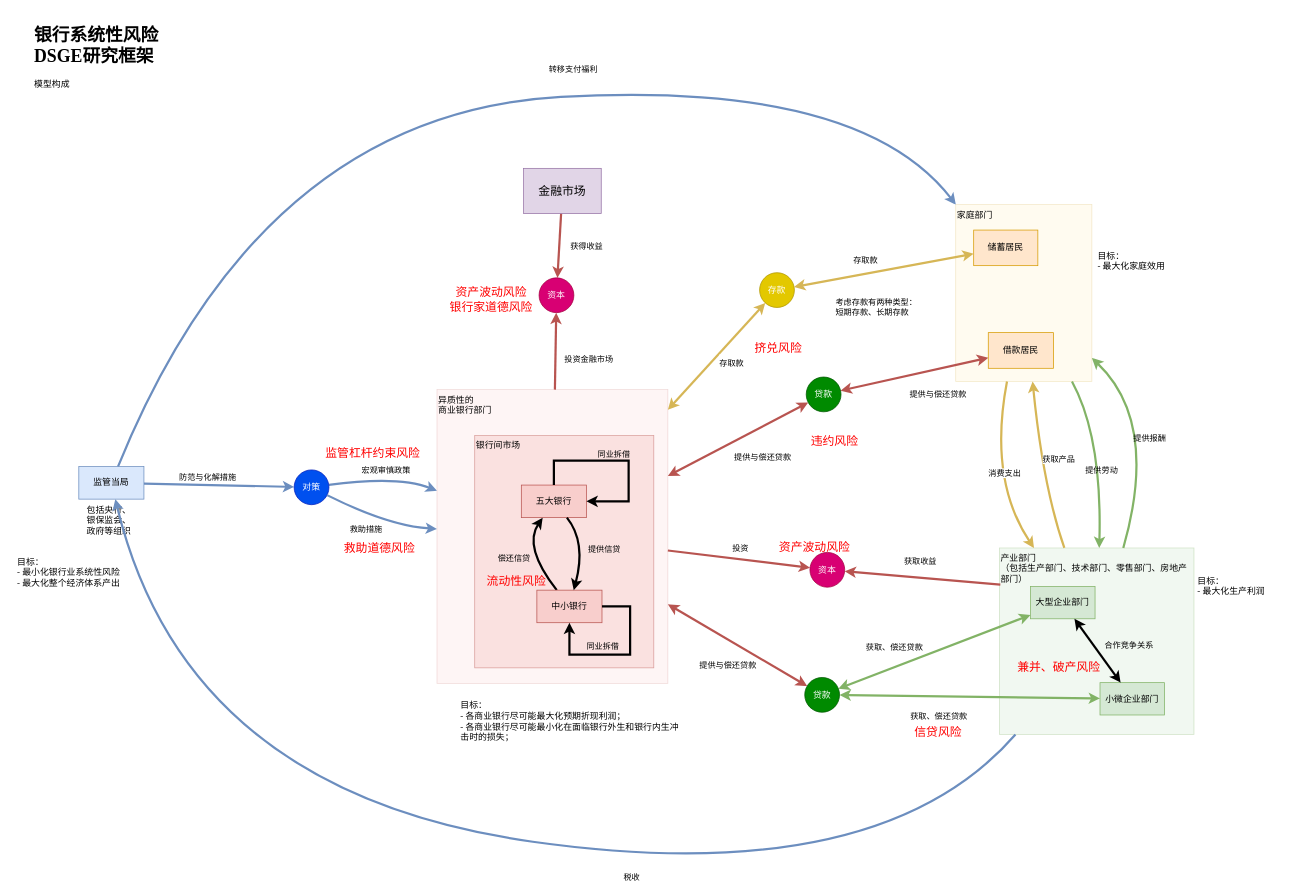
ComplexScienceLab/SystemicRiskSimulator keeps this draw.io diagram as page "系统性金融风险DSGE模型行为简化示意图" (2 of 12) of Analyse/系统性金融风险研究框架.drawio. Above is the earlier version. Source tidied: cells renumbered, new cells numbered last; positions are measured from the earlier drawing's top-left corner, leaving out a move shared by most shapes. Both pictures are drawn from the tidied source at 74%, with x=0, y=0 at pixel (16, 20).
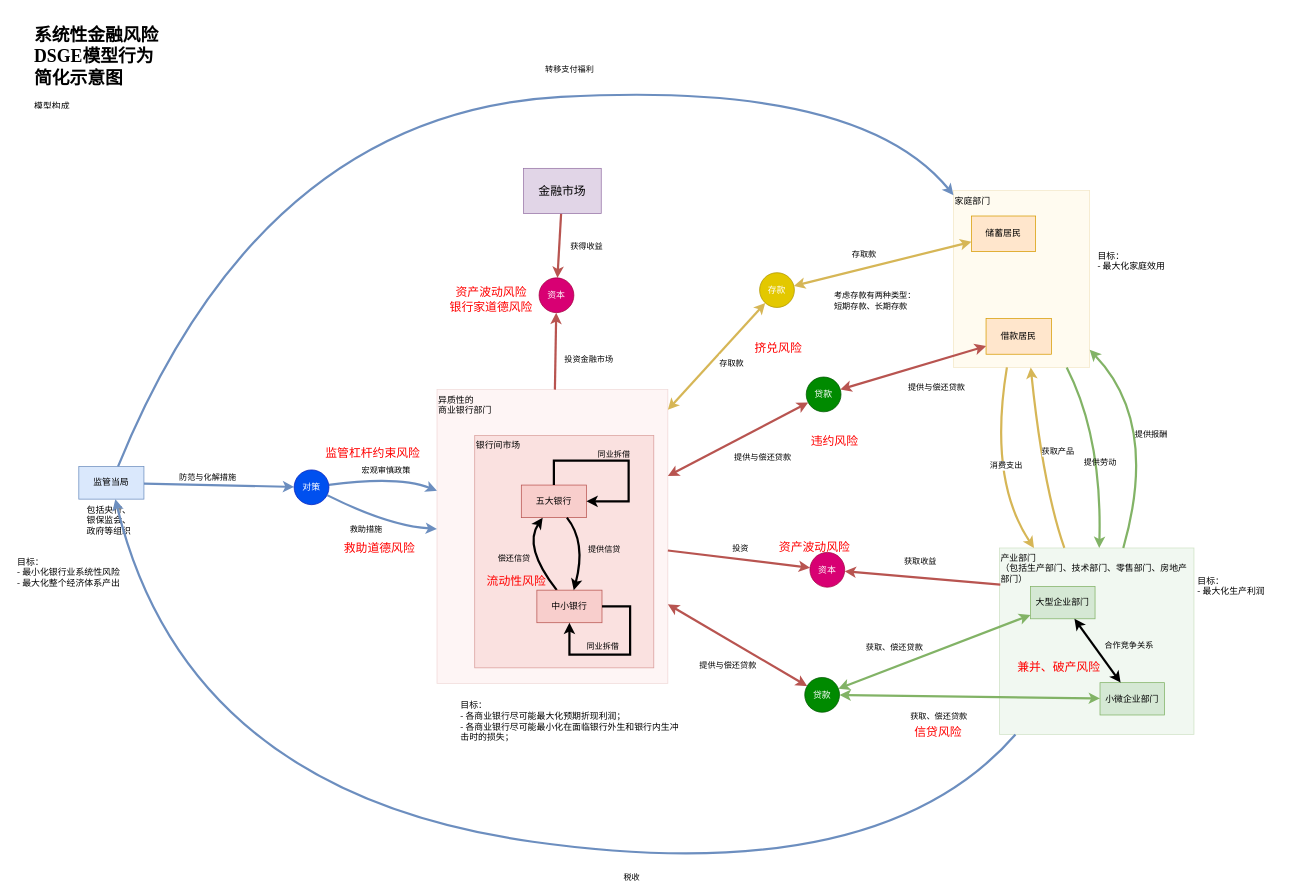
The same diagram, later.

Change to the diagram source:
```diff
@@
-    <mxCell id="2" value="&lt;h1&gt;银行系统性风险DSGE研究框架&lt;/h1&gt;&lt;p&gt;模型构成&lt;/p&gt;" style="text;html=1;strokeColor=none;fillColor=none;spacing=5;spacingTop=-20;whiteSpace=wrap;overflow=hidden;rounded=0;glass=0;align=left;fontFamily=Times New Roman;" parent="1" vertex="1">
+    <mxCell id="2" value="&lt;h1&gt;系统性金融风险DSGE模型行为简化示意图&lt;/h1&gt;&lt;p&gt;模型构成&lt;/p&gt;" style="text;html=1;strokeColor=none;fillColor=none;spacing=5;spacingTop=-20;whiteSpace=wrap;overflow=hidden;rounded=0;glass=0;align=left;fontFamily=Times New Roman;" parent="1" vertex="1">
       <mxGeometry x="20" width="190" height="120" as="geometry" />
     </mxCell>
@@
     <mxCell id="31" style="group;fontFamily=Times New Roman;" parent="8" vertex="1">
-      <mxGeometry x="1270" y="249" width="184" height="239" as="geometry" />
+      <mxGeometry x="1267" y="230" width="184" height="239" as="geometry" />
     </mxCell>
```
